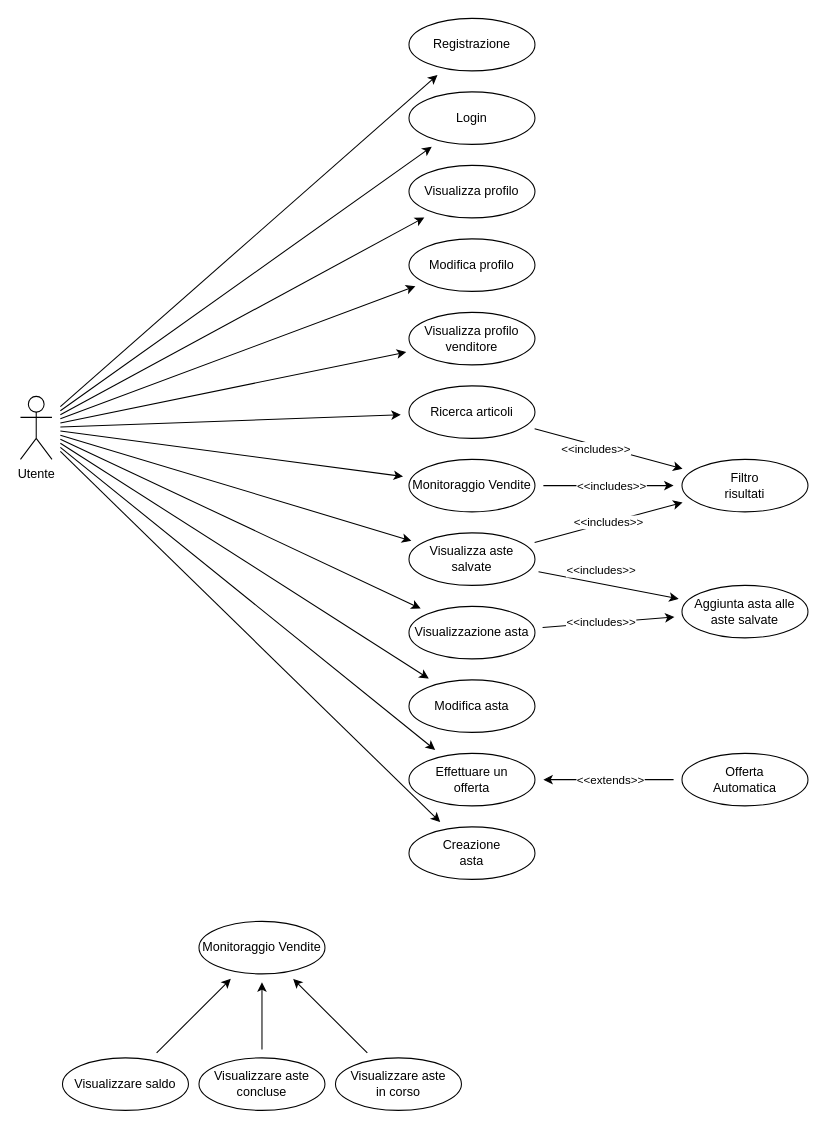
Above: documenti/UC-Utente.drawio in Chaos-Rat/GAO (draw.io), before the change. Source tidied: cells renumbered, new cells numbered last; positions are measured from the earlier drawing's top-left corner, leaving out a move shared by most shapes. Both pictures are drawn from the tidied source at 105%, with x=0, y=0 at pixel (20, 18).
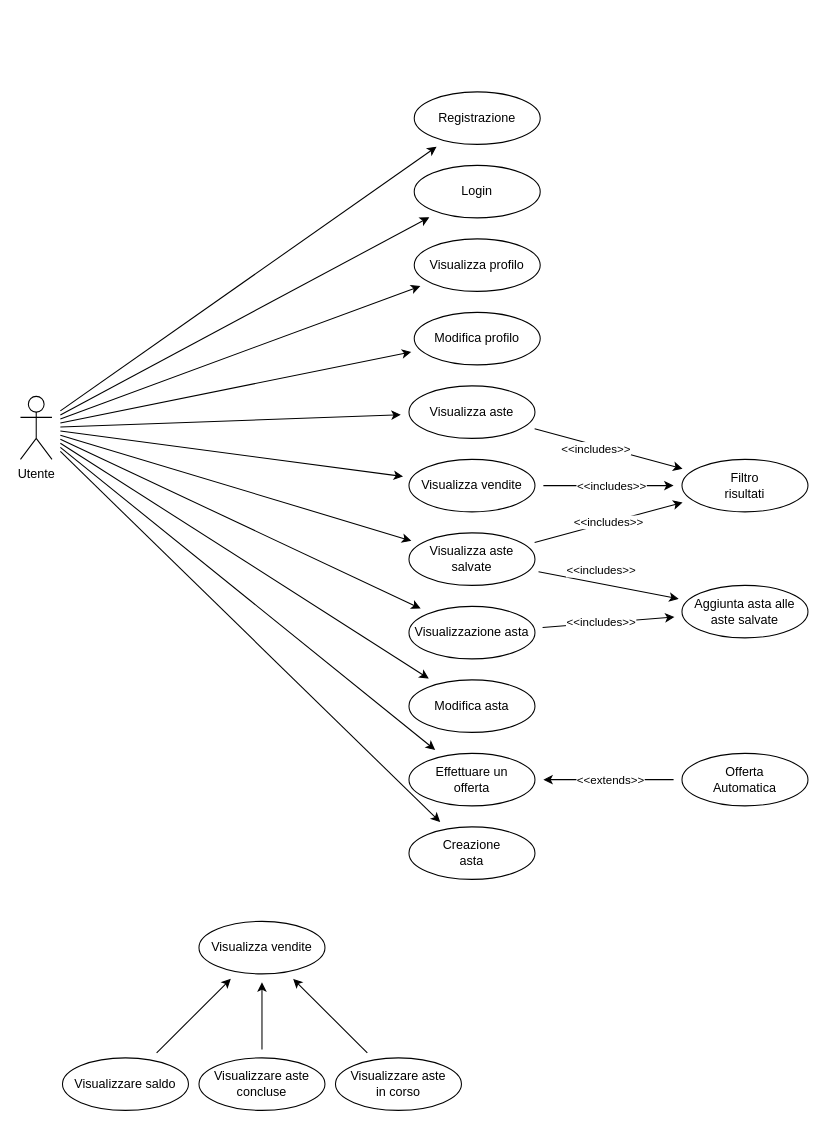
After the change.

Commit message (it also covers changes not shown here):
Aggiornato DC server e UC Utente

Minori cambi di nomenclatura al diagramma degli use cases dell'utente. Unite le funzioni visualizza profilo e visualizza profilo venditore.
Aggiornato il diagramma delle classi del server.

The change refers to these unchanged cells:
```xml
<mxCell id="14" value="Utente" style="shape=umlActor;verticalLabelPosition=bottom;verticalAlign=top;html=1;outlineConnect=0;" parent="1" vertex="1">
  <mxGeometry y="360" width="30" height="60" as="geometry" />
</mxCell>
```

Change to the diagram source:
```diff
@@
-    <mxCell id="12" style="edgeStyle=none;rounded=0;jettySize=auto;html=1;strokeColor=default;align=center;verticalAlign=middle;fontFamily=Helvetica;fontSize=11;fontColor=default;labelBackgroundColor=default;endArrow=classic;sourcePerimeterSpacing=8;targetPerimeterSpacing=8;" parent="1" edge="1" source="14" target="42">
-      <mxGeometry relative="1" as="geometry" />
-    </mxCell>
@@
     <mxCell id="15" value="Registrazione" style="ellipse;whiteSpace=wrap;html=1;" parent="1" vertex="1">
-      <mxGeometry x="370" width="120" height="50" as="geometry" />
+      <mxGeometry x="375" y="70" width="120" height="50" as="geometry" />
     </mxCell>
     <mxCell id="16" value="Login" style="ellipse;whiteSpace=wrap;html=1;" parent="1" vertex="1">
-      <mxGeometry x="370" y="70" width="120" height="50" as="geometry" />
+      <mxGeometry x="375" y="140" width="120" height="50" as="geometry" />
     </mxCell>
@@
-    <mxCell id="23" value="Ricerca articoli" style="ellipse;whiteSpace=wrap;html=1;" parent="1" vertex="1">
+    <mxCell id="23" value="Visualizza aste" style="ellipse;whiteSpace=wrap;html=1;" parent="1" vertex="1">
       <mxGeometry x="370" y="350" width="120" height="50" as="geometry" />
     </mxCell>
@@
-    <mxCell id="31" value="Monitoraggio Vendite" style="ellipse;whiteSpace=wrap;html=1;" parent="1" vertex="1">
+    <mxCell id="31" value="Visualizza vendite" style="ellipse;whiteSpace=wrap;html=1;" parent="1" vertex="1">
       <mxGeometry x="370" y="420" width="120" height="50" as="geometry" />
     </mxCell>
-    <mxCell id="32" value="Monitoraggio Vendite" style="ellipse;whiteSpace=wrap;html=1;" parent="1" vertex="1">
+    <mxCell id="32" value="Visualizza vendite" style="ellipse;whiteSpace=wrap;html=1;" parent="1" vertex="1">
       <mxGeometry x="170" y="860" width="120" height="50" as="geometry" />
     </mxCell>
@@
     <mxCell id="40" value="Visualizza profilo" style="ellipse;whiteSpace=wrap;html=1;" parent="1" vertex="1">
-      <mxGeometry x="370" y="140" width="120" height="50" as="geometry" />
+      <mxGeometry x="375" y="210" width="120" height="50" as="geometry" />
     </mxCell>
     <mxCell id="41" value="Modifica profilo" style="ellipse;whiteSpace=wrap;html=1;" parent="1" vertex="1">
-      <mxGeometry x="370" y="210" width="120" height="50" as="geometry" />
+      <mxGeometry x="375" y="280" width="120" height="50" as="geometry" />
     </mxCell>
-    <mxCell id="42" value="Visualizza profilo venditore" style="ellipse;whiteSpace=wrap;html=1;" parent="1" vertex="1">
-      <mxGeometry x="370" y="280" width="120" height="50" as="geometry" />
-    </mxCell>
```
